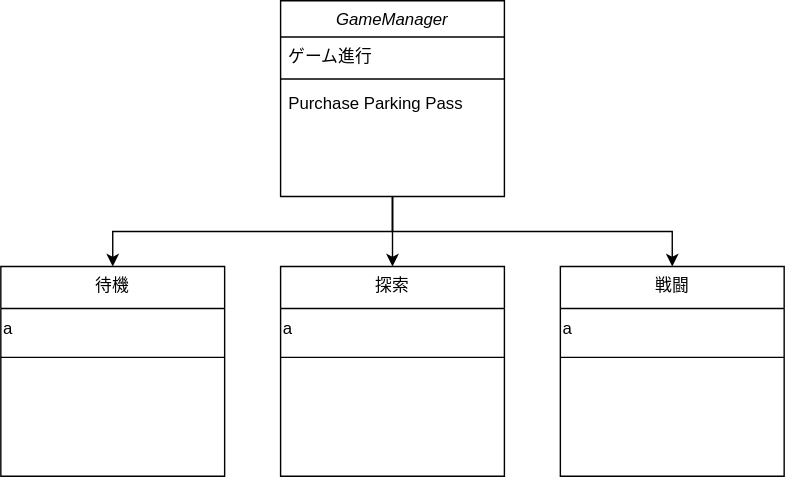
Above: クラス設計.drawio.svg in niituma/TRPG-Commnd (draw.io), before the change. Source tidied: cells renumbered, new cells last; positions are measured from the earlier drawing's top-left corner, leaving out a move shared by most shapes.
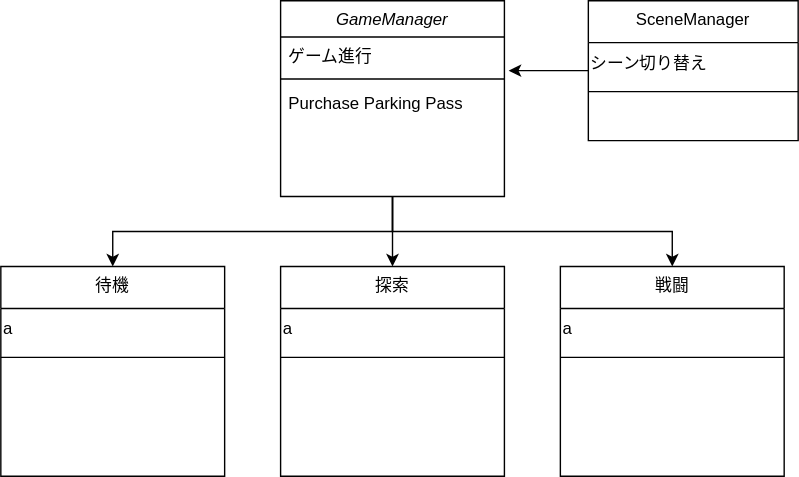
After the commit.

Commit message:
クラス設計.drawio.svg を更新します

What changed in the source:
```diff
@@ -50,5 +50,17 @@
     <mxCell id="17" style="line;html=1;strokeWidth=1;align=left;verticalAlign=middle;spacingTop=-1;spacingLeft=3;spacingRight=3;labelPosition=right;" parent="15" vertex="1">
       <mxGeometry y="60" width="160" height="10" as="geometry" />
     </mxCell>
+    <mxCell id="18" style="edgeStyle=orthogonalEdgeStyle;rounded=0;jettySize=auto;html=1;entryX=1.019;entryY=0.923;entryDx=0;entryDy=0;entryPerimeter=0;" parent="1" edge="1" source="19" target="6">
+      <mxGeometry relative="1" as="geometry" />
+    </mxCell>
+    <mxCell id="19" value="SceneManager" style="swimlane;fontStyle=0;align=center;verticalAlign=top;horizontal=1;startSize=30;rounded=0;shadow=0;strokeWidth=1;" parent="1" vertex="1">
+      <mxGeometry x="420" width="150" height="100" as="geometry" />
+    </mxCell>
+    <mxCell id="20" value="シーン切り替え" style="text;html=1;align=left;verticalAlign=middle;strokeColor=none;fillColor=none;" parent="19" vertex="1">
+      <mxGeometry y="30" width="150" height="30" as="geometry" />
+    </mxCell>
+    <mxCell id="21" style="line;html=1;strokeWidth=1;align=left;verticalAlign=middle;spacingTop=-1;spacingLeft=3;spacingRight=3;labelPosition=right;" parent="19" vertex="1">
+      <mxGeometry y="60" width="150" height="10" as="geometry" />
+    </mxCell>
   </root>
 </mxGraphModel>
```
